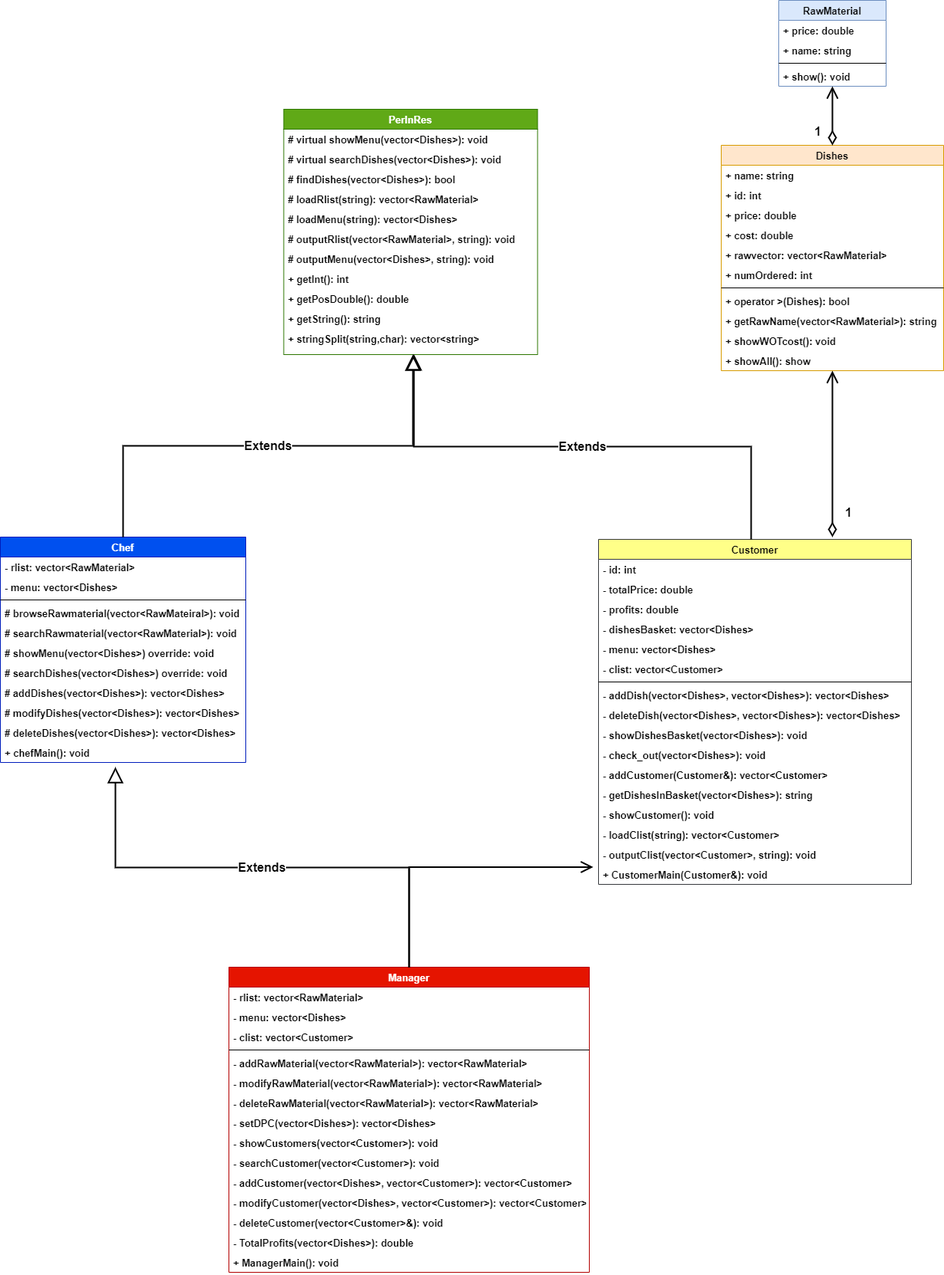
Before: UML.png, a diagram exported from draw.io (1102131860/CPT106). Source tidied: cells renumbered, new cells last; positions are measured from the earlier drawing's top-left corner, leaving out a move shared by most shapes.
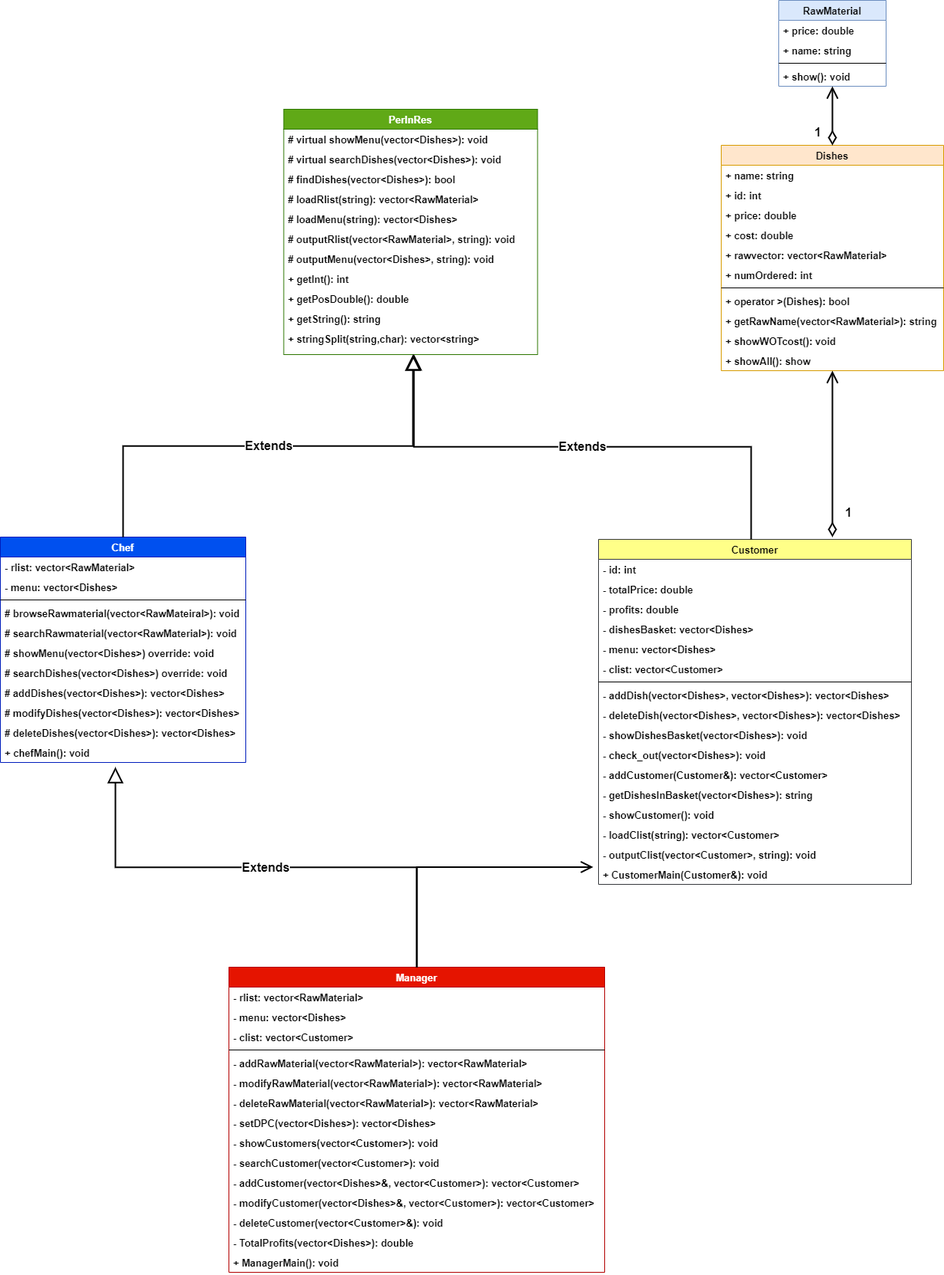
After the change.

What changed in the source:
```diff
@@ -129,52 +129,52 @@
       <mxGeometry y="424" width="408" height="26" as="geometry" />
     </mxCell>
     <mxCell id="44" value="Manager" style="swimlane;fontStyle=1;horizontal=1;startSize=26;fontSize=13;fillColor=#e51400;fontColor=#ffffff;strokeColor=#B20000;" parent="1" vertex="1">
-      <mxGeometry x="298" y="1261" width="470" height="398" as="geometry" />
+      <mxGeometry x="298" y="1261" width="490" height="398" as="geometry" />
     </mxCell>
     <mxCell id="45" value="- rlist: vector&lt;RawMaterial&gt;" style="text;strokeColor=none;fillColor=none;align=left;verticalAlign=top;spacingLeft=4;spacingRight=4;overflow=hidden;fontSize=13;fontStyle=1;" parent="44" vertex="1">
-      <mxGeometry y="26" width="470" height="26" as="geometry" />
+      <mxGeometry y="26" width="490" height="26" as="geometry" />
     </mxCell>
     <mxCell id="46" value="- menu: vector&lt;Dishes&gt;" style="text;strokeColor=none;fillColor=none;align=left;verticalAlign=top;spacingLeft=4;spacingRight=4;overflow=hidden;fontSize=13;fontStyle=1;" parent="44" vertex="1">
-      <mxGeometry y="52" width="470" height="26" as="geometry" />
+      <mxGeometry y="52" width="490" height="26" as="geometry" />
     </mxCell>
     <mxCell id="47" value="- clist: vector&lt;Customer&gt;" style="text;strokeColor=none;fillColor=none;align=left;verticalAlign=top;spacingLeft=4;spacingRight=4;overflow=hidden;fontSize=13;fontStyle=1;" parent="44" vertex="1">
-      <mxGeometry y="78" width="470" height="26" as="geometry" />
+      <mxGeometry y="78" width="490" height="26" as="geometry" />
     </mxCell>
     <mxCell id="48" style="line;strokeWidth=1;fillColor=none;align=left;verticalAlign=middle;spacingTop=-1;spacingLeft=3;spacingRight=3;labelPosition=right;rounded=0;glass=0;sketch=0;fontSize=13;fontStyle=1;" parent="44" vertex="1">
-      <mxGeometry y="104" width="470" height="8" as="geometry" />
+      <mxGeometry y="104" width="490" height="8" as="geometry" />
     </mxCell>
     <mxCell id="49" value="- addRawMaterial(vector&lt;RawMaterial&gt;): vector&lt;RawMaterial&gt;" style="text;strokeColor=none;fillColor=none;align=left;verticalAlign=top;spacingLeft=4;spacingRight=4;overflow=hidden;fontSize=13;fontStyle=1;" parent="44" vertex="1">
-      <mxGeometry y="112" width="470" height="26" as="geometry" />
+      <mxGeometry y="112" width="490" height="26" as="geometry" />
     </mxCell>
     <mxCell id="50" value="- modifyRawMaterial(vector&lt;RawMaterial&gt;): vector&lt;RawMaterial&gt;" style="text;strokeColor=none;fillColor=none;align=left;verticalAlign=top;spacingLeft=4;spacingRight=4;overflow=hidden;rounded=0;glass=0;sketch=0;fontSize=13;fontStyle=1;" parent="44" vertex="1">
-      <mxGeometry y="138" width="470" height="26" as="geometry" />
+      <mxGeometry y="138" width="490" height="26" as="geometry" />
     </mxCell>
     <mxCell id="51" value="- deleteRawMaterial(vector&lt;RawMaterial&gt;): vector&lt;RawMaterial&gt;" style="text;strokeColor=none;fillColor=none;align=left;verticalAlign=top;spacingLeft=4;spacingRight=4;overflow=hidden;rounded=0;glass=0;sketch=0;fontSize=13;fontStyle=1;" parent="44" vertex="1">
-      <mxGeometry y="164" width="470" height="26" as="geometry" />
+      <mxGeometry y="164" width="490" height="26" as="geometry" />
     </mxCell>
     <mxCell id="52" value="- setDPC(vector&lt;Dishes&gt;): vector&lt;Dishes&gt;" style="text;strokeColor=none;fillColor=none;align=left;verticalAlign=top;spacingLeft=4;spacingRight=4;overflow=hidden;rounded=0;glass=0;sketch=0;fontSize=13;fontStyle=1;" parent="44" vertex="1">
-      <mxGeometry y="190" width="470" height="26" as="geometry" />
+      <mxGeometry y="190" width="490" height="26" as="geometry" />
     </mxCell>
     <mxCell id="53" value="- showCustomers(vector&lt;Customer&gt;): void" style="text;strokeColor=none;fillColor=none;align=left;verticalAlign=top;spacingLeft=4;spacingRight=4;overflow=hidden;rounded=0;glass=0;sketch=0;fontSize=13;fontStyle=1;" parent="44" vertex="1">
-      <mxGeometry y="216" width="470" height="26" as="geometry" />
+      <mxGeometry y="216" width="490" height="26" as="geometry" />
     </mxCell>
     <mxCell id="54" value="- searchCustomer(vector&lt;Customer&gt;): void" style="text;strokeColor=none;fillColor=none;align=left;verticalAlign=top;spacingLeft=4;spacingRight=4;overflow=hidden;rounded=0;glass=0;sketch=0;fontSize=13;fontStyle=1;" parent="44" vertex="1">
-      <mxGeometry y="242" width="470" height="26" as="geometry" />
+      <mxGeometry y="242" width="490" height="26" as="geometry" />
     </mxCell>
-    <mxCell id="55" value="- addCustomer(vector&lt;Dishes&gt;, vector&lt;Customer&gt;): vector&lt;Customer&gt;" style="text;strokeColor=none;fillColor=none;align=left;verticalAlign=top;spacingLeft=4;spacingRight=4;overflow=hidden;rounded=0;glass=0;sketch=0;fontSize=13;fontStyle=1;" parent="44" vertex="1">
-      <mxGeometry y="268" width="470" height="26" as="geometry" />
+    <mxCell id="55" value="- addCustomer(vector&lt;Dishes&gt;&amp;, vector&lt;Customer&gt;): vector&lt;Customer&gt;" style="text;strokeColor=none;fillColor=none;align=left;verticalAlign=top;spacingLeft=4;spacingRight=4;overflow=hidden;rounded=0;glass=0;sketch=0;fontSize=13;fontStyle=1;" parent="44" vertex="1">
+      <mxGeometry y="268" width="490" height="26" as="geometry" />
     </mxCell>
-    <mxCell id="56" value="- modifyCustomer(vector&lt;Dishes&gt;, vector&lt;Customer&gt;): vector&lt;Customer&gt;" style="text;strokeColor=none;fillColor=none;align=left;verticalAlign=top;spacingLeft=4;spacingRight=4;overflow=hidden;rounded=0;glass=0;sketch=0;fontSize=13;fontStyle=1;" parent="44" vertex="1">
-      <mxGeometry y="294" width="470" height="26" as="geometry" />
+    <mxCell id="56" value="- modifyCustomer(vector&lt;Dishes&gt;&amp;, vector&lt;Customer&gt;): vector&lt;Customer&gt;" style="text;strokeColor=none;fillColor=none;align=left;verticalAlign=top;spacingLeft=4;spacingRight=4;overflow=hidden;rounded=0;glass=0;sketch=0;fontSize=13;fontStyle=1;" parent="44" vertex="1">
+      <mxGeometry y="294" width="490" height="26" as="geometry" />
     </mxCell>
     <mxCell id="57" value="- deleteCustomer(vector&lt;Customer&gt;&amp;): void" style="text;strokeColor=none;fillColor=none;align=left;verticalAlign=top;spacingLeft=4;spacingRight=4;overflow=hidden;rounded=0;glass=0;sketch=0;fontSize=13;fontStyle=1;" parent="44" vertex="1">
-      <mxGeometry y="320" width="470" height="26" as="geometry" />
+      <mxGeometry y="320" width="490" height="26" as="geometry" />
     </mxCell>
     <mxCell id="58" value="- TotalProfits(vector&lt;Dishes&gt;): double" style="text;strokeColor=none;fillColor=none;align=left;verticalAlign=top;spacingLeft=4;spacingRight=4;overflow=hidden;rounded=0;glass=0;sketch=0;fontSize=13;fontStyle=1;" parent="44" vertex="1">
-      <mxGeometry y="346" width="470" height="26" as="geometry" />
+      <mxGeometry y="346" width="490" height="26" as="geometry" />
     </mxCell>
     <mxCell id="59" value="+ ManagerMain(): void" style="text;strokeColor=none;fillColor=none;align=left;verticalAlign=top;spacingLeft=4;spacingRight=4;overflow=hidden;rounded=0;glass=0;sketch=0;fontSize=13;fontStyle=1;" parent="44" vertex="1">
-      <mxGeometry y="372" width="470" height="26" as="geometry" />
+      <mxGeometry y="372" width="490" height="26" as="geometry" />
     </mxCell>
     <mxCell id="60" value="RawMaterial" style="swimlane;fontStyle=1;horizontal=1;startSize=26;fontSize=13;fillColor=#dae8fc;strokeColor=#6c8ebf;" parent="1" vertex="1">
       <mxGeometry x="1015" width="140" height="112" as="geometry" />
```
